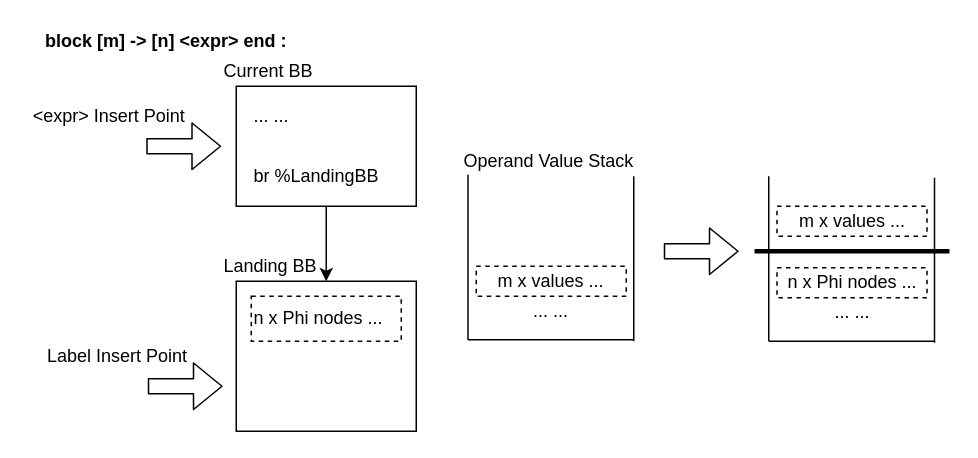
NineKa/sable-wasm-thesis keeps this draw.io diagram as Images/4.MIR/translate-block.drawio. Above is the earlier version. Source tidied: cells renumbered, new cells numbered last; positions are measured from the earlier drawing's top-left corner, leaving out a move shared by most shapes. Both pictures are drawn from the tidied source at 150%, with x=0, y=0 at pixel (26, 26).
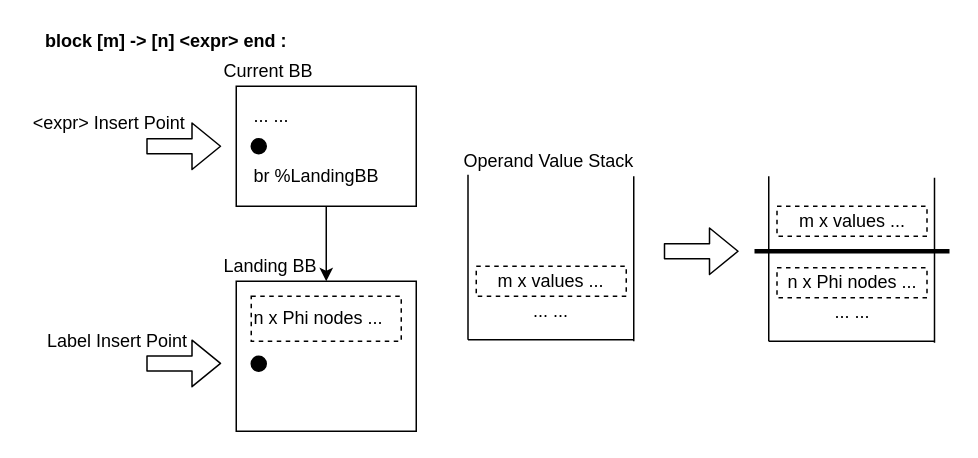
The same diagram, later.

Diff of the diagram source:
```diff
@@
     <mxCell id="9" style="shape=flexArrow;endArrow=classic;html=1;" parent="1" edge="1">
       <mxGeometry relative="1" as="geometry">
-        <mxPoint x="81" y="240" as="sourcePoint" />
-        <mxPoint x="131" y="240" as="targetPoint" />
+        <mxPoint x="80" y="224.8" as="sourcePoint" />
+        <mxPoint x="130" y="224.8" as="targetPoint" />
       </mxGeometry>
     </mxCell>
     <mxCell id="10" value="Label Insert Point" style="text;html=1;strokeColor=none;fillColor=none;align=center;verticalAlign=middle;whiteSpace=wrap;rounded=0;dashed=1;" parent="1" vertex="1">
-      <mxGeometry x="11" y="209.8" width="100" height="20" as="geometry" />
+      <mxGeometry x="11" y="200" width="100" height="20" as="geometry" />
     </mxCell>
@@
     <mxCell id="12" value="&amp;lt;expr&amp;gt; Insert Point" style="text;html=1;strokeColor=none;fillColor=none;align=center;verticalAlign=middle;whiteSpace=wrap;rounded=0;dashed=1;" parent="1" vertex="1">
-      <mxGeometry y="50" width="111" height="20" as="geometry" />
+      <mxGeometry y="55" width="111" height="20" as="geometry" />
     </mxCell>
@@
+    <mxCell id="29" style="ellipse;whiteSpace=wrap;html=1;fillColor=#000000;" parent="1" vertex="1">
+      <mxGeometry x="150" y="75" width="10" height="10" as="geometry" />
+    </mxCell>
+    <mxCell id="30" style="ellipse;whiteSpace=wrap;html=1;fillColor=#000000;" parent="1" vertex="1">
+      <mxGeometry x="150" y="220" width="10" height="10" as="geometry" />
+    </mxCell>
```
